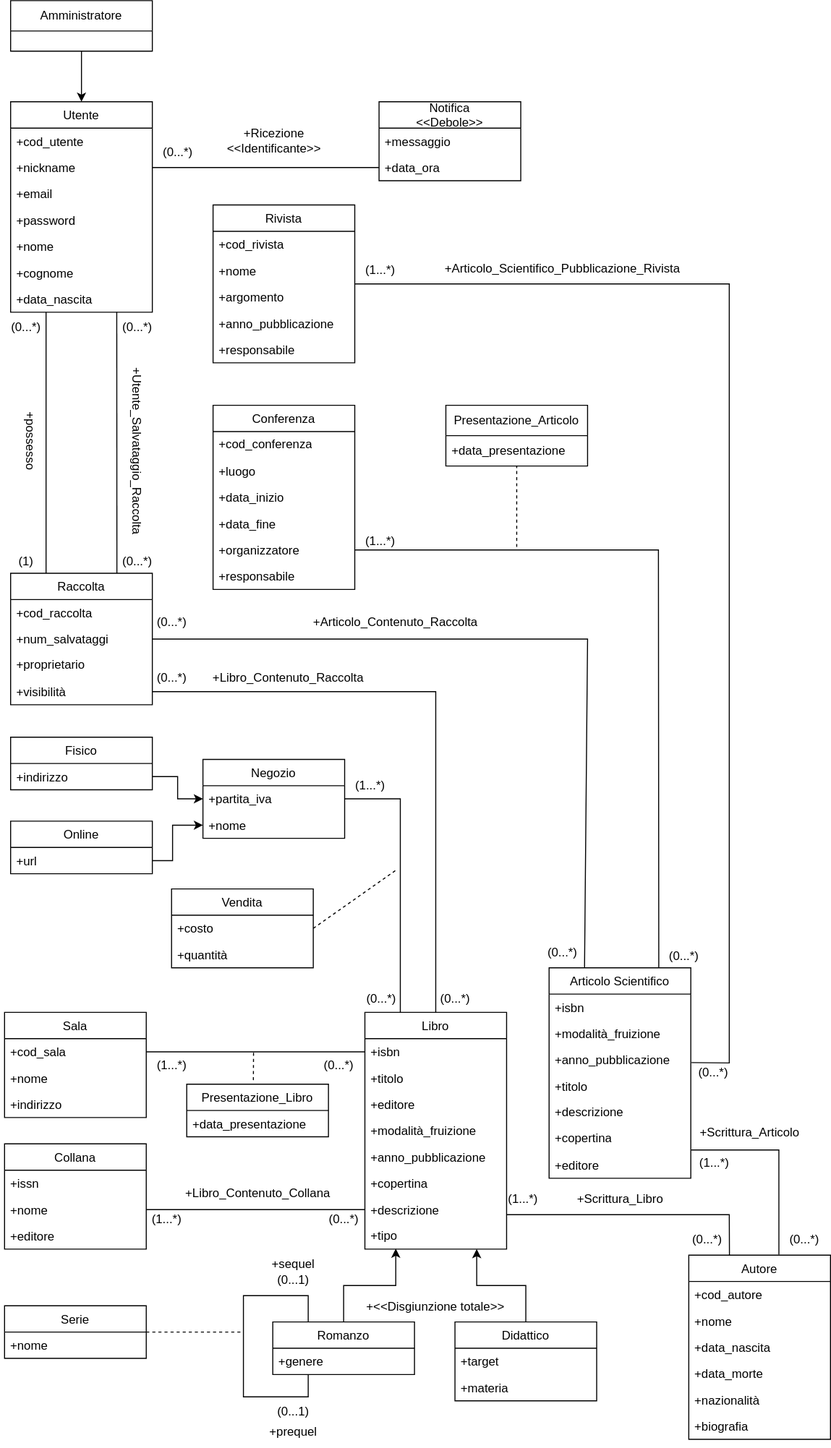
Earlier version of the draw.io export progettazione_concettuale/Modello_Concettuale_UML.drawio.svg (m3tt0/Progetto_OB_BASI). Source tidied: cells renumbered, new cells last; positions are measured from the earlier drawing's top-left corner, leaving out a move shared by most shapes.
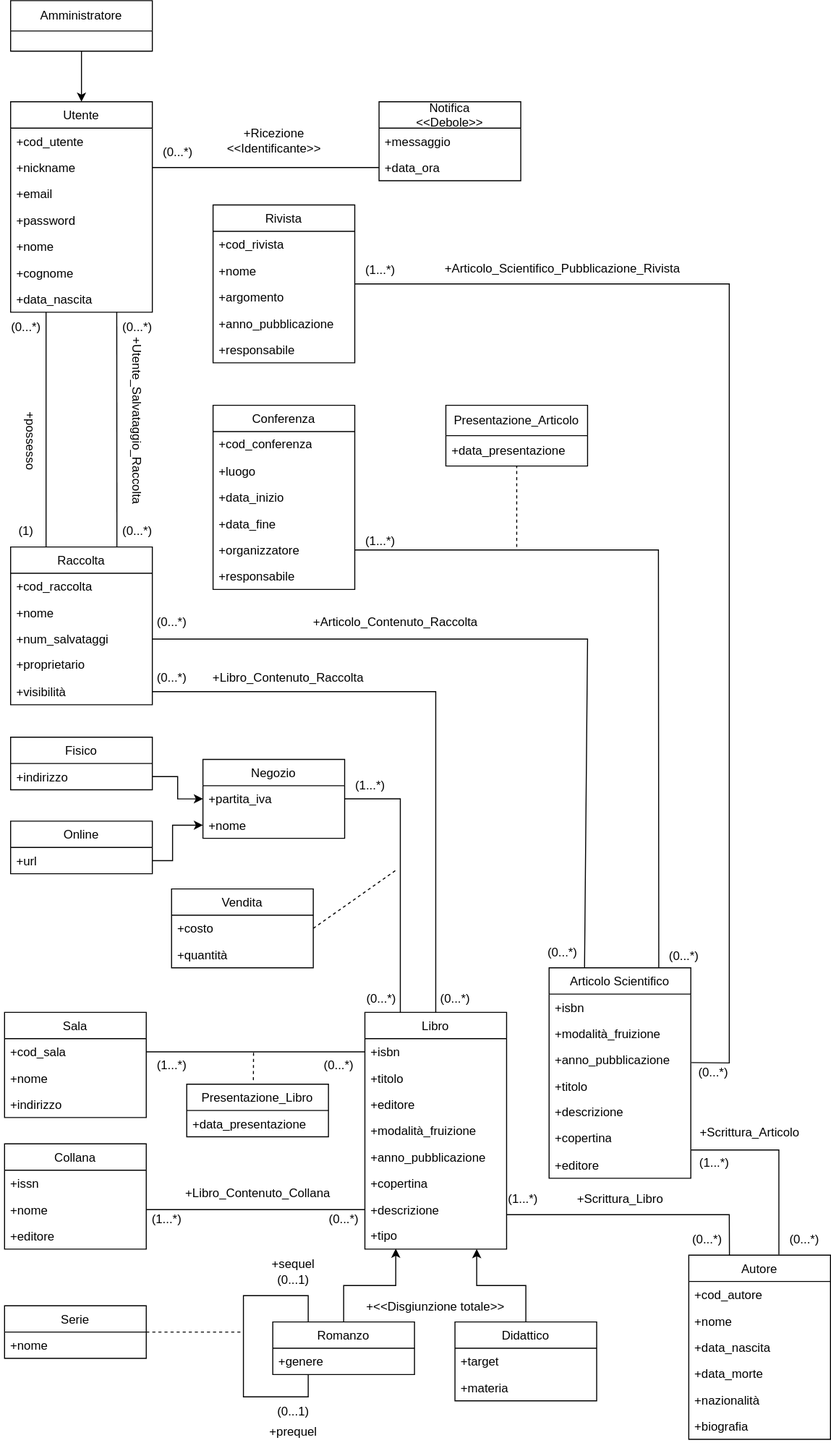
The same file after the commit.

The edit, as a diff of the source:
```diff
@@ -277,19 +277,22 @@
       </mxGeometry>
     </mxCell>
     <mxCell id="86" value="Raccolta" style="swimlane;fontStyle=0;horizontal=1;startSize=26;fillColor=none;" parent="1" vertex="1">
-      <mxGeometry x="20" y="566" width="140" height="130" as="geometry" />
+      <mxGeometry x="20" y="540" width="140" height="156" as="geometry" />
     </mxCell>
     <mxCell id="87" value="+cod_raccolta" style="text;strokeColor=none;fillColor=none;align=left;verticalAlign=top;spacingLeft=4;spacingRight=4;overflow=hidden;" parent="86" vertex="1">
       <mxGeometry y="26" width="140" height="26" as="geometry" />
     </mxCell>
+    <mxCell id="145" value="+nome" style="text;strokeColor=none;fillColor=none;align=left;verticalAlign=top;spacingLeft=4;spacingRight=4;overflow=hidden;" parent="86" vertex="1">
+      <mxGeometry y="52" width="140" height="26" as="geometry" />
+    </mxCell>
     <mxCell id="88" value="+num_salvataggi" style="text;strokeColor=none;fillColor=none;align=left;verticalAlign=top;spacingLeft=4;spacingRight=4;overflow=hidden;points=[[0,0.5],[1,0.5]];portConstraint=eastwest;" parent="86" vertex="1">
-      <mxGeometry y="52" width="140" height="26" as="geometry" />
+      <mxGeometry y="78" width="140" height="26" as="geometry" />
     </mxCell>
     <mxCell id="89" value="+proprietario" style="text;strokeColor=none;fillColor=none;align=left;verticalAlign=middle;spacingLeft=4;spacingRight=4;overflow=hidden;whiteSpace=wrap;html=1;" parent="86" vertex="1">
-      <mxGeometry y="78" width="140" height="26" as="geometry" />
+      <mxGeometry y="104" width="140" height="26" as="geometry" />
     </mxCell>
     <mxCell id="90" value="+visibilità" style="text;strokeColor=none;fillColor=none;align=left;verticalAlign=top;spacingLeft=4;spacingRight=4;overflow=hidden;points=[[0,0.5],[1,0.5]];portConstraint=eastwest;" parent="86" vertex="1">
-      <mxGeometry y="104" width="140" height="26" as="geometry" />
+      <mxGeometry y="130" width="140" height="26" as="geometry" />
     </mxCell>
     <mxCell id="91" style="endArrow=none;html=1;rounded=0;exitX=0.5;exitY=0;exitDx=0;exitDy=0;entryX=1;entryY=0.5;entryDx=0;entryDy=0;" parent="1" edge="1" source="9" target="90">
       <mxGeometry relative="1" as="geometry">
@@ -332,7 +335,7 @@
       <mxGeometry x="154" y="655" width="50" height="30" as="geometry" />
     </mxCell>
     <mxCell id="103" value="(1)" style="text;html=1;align=center;verticalAlign=middle;strokeColor=none;fillColor=none;" parent="1" vertex="1">
-      <mxGeometry x="15" y="540" width="40" height="30" as="geometry" />
+      <mxGeometry x="15" y="510" width="40" height="30" as="geometry" />
     </mxCell>
     <mxCell id="104" value="(0...*)" style="text;html=1;align=center;verticalAlign=middle;strokeColor=none;fillColor=none;" parent="1" vertex="1">
       <mxGeometry x="10" y="308" width="50" height="30" as="geometry" />
@@ -344,10 +347,10 @@
       <mxGeometry x="120" y="308" width="50" height="30" as="geometry" />
     </mxCell>
     <mxCell id="107" value="(0...*)" style="text;html=1;align=center;verticalAlign=middle;strokeColor=none;fillColor=none;" parent="1" vertex="1">
-      <mxGeometry x="120" y="540" width="50" height="30" as="geometry" />
+      <mxGeometry x="120" y="510" width="50" height="30" as="geometry" />
     </mxCell>
     <mxCell id="108" value="&lt;div&gt;+Utente_Salvataggio_Raccolta&lt;/div&gt;" style="text;html=1;align=center;verticalAlign=middle;strokeColor=none;fillColor=none;rotation=90;" parent="1" vertex="1">
-      <mxGeometry x="50" y="430" width="190" height="30" as="geometry" />
+      <mxGeometry x="50" y="400" width="190" height="30" as="geometry" />
     </mxCell>
     <mxCell id="109" value="Amministratore" style="swimlane;fontStyle=0;horizontal=1;startSize=30;whiteSpace=wrap;html=1;fillColor=none;" parent="1" vertex="1">
       <mxGeometry x="20" width="140" height="50" as="geometry" />
```
